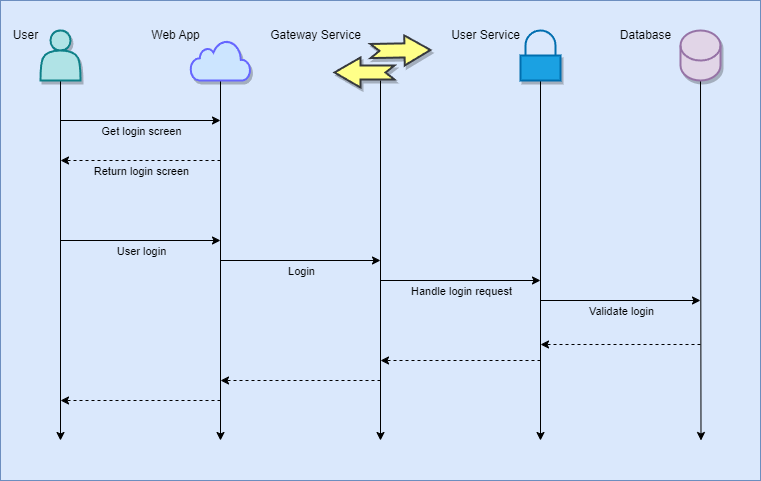
Before: docs/images/06_login.drawio.png, a diagram exported from draw.io (Arquisoft/wiq_es05b). Source tidied: cells renumbered, new cells last; positions are measured from the earlier drawing's top-left corner, leaving out a move shared by most shapes.
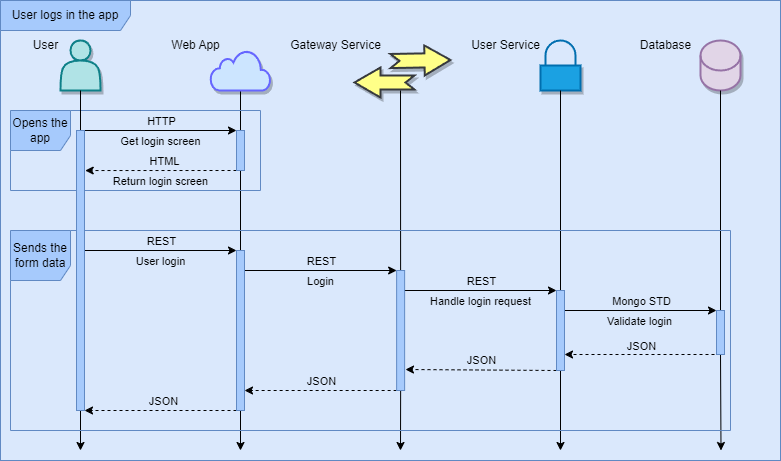
After the commit.

Diff of the diagram source:
```diff
@@ -3,12 +3,11 @@
     <mxCell id="0" />
     <mxCell id="1" value="Background" parent="0" />
     <mxCell id="2" style="rounded=0;whiteSpace=wrap;html=1;fillColor=#dae8fc;strokeColor=#6c8ebf;" parent="1" vertex="1">
-      <mxGeometry width="760" height="480" as="geometry" />
+      <mxGeometry x="-20" y="-10" width="780" height="460" as="geometry" />
     </mxCell>
-    <mxCell id="3" style="edgeStyle=none;orthogonalLoop=1;jettySize=auto;html=1;" parent="1" edge="1">
+    <mxCell id="3" style="edgeStyle=none;jettySize=auto;html=1;entryX=0;entryY=0;entryDx=0;entryDy=0;" parent="1" edge="1" target="51">
       <mxGeometry relative="1" as="geometry">
         <mxPoint x="220" y="260" as="sourcePoint" />
-        <mxPoint x="380" y="260" as="targetPoint" />
       </mxGeometry>
     </mxCell>
     <mxCell id="4" value="Login" style="edgeLabel;html=1;align=center;verticalAlign=middle;labelBackgroundColor=none;" parent="3" vertex="1">
@@ -16,29 +15,35 @@
         <mxPoint x="31" y="10" as="offset" />
       </mxGeometry>
     </mxCell>
+    <mxCell id="37" value="REST" style="edgeLabel;html=1;align=center;verticalAlign=middle;labelBackgroundColor=none;" parent="3" vertex="1">
+      <mxGeometry x="-0.07" relative="1" as="geometry">
+        <mxPoint x="7" y="-10" as="offset" />
+      </mxGeometry>
+    </mxCell>
     <mxCell id="5" value="Diagram" parent="0" />
+    <mxCell id="38" value="User logs in the app" style="shape=umlFrame;whiteSpace=wrap;html=1;labelBackgroundColor=none;strokeColor=#6089c3;fillColor=#a6cafc;width=130;height=30;" parent="5" vertex="1">
+      <mxGeometry x="-20" y="-10" width="780" height="460" as="geometry" />
+    </mxCell>
+    <mxCell id="8" style="edgeStyle=none;html=1;exitX=0.5;exitY=1;exitDx=0;exitDy=0;" parent="5" edge="1">
+      <mxGeometry relative="1" as="geometry">
+        <mxPoint x="220" y="80" as="sourcePoint" />
+        <mxPoint x="220" y="440" as="targetPoint" />
+      </mxGeometry>
+    </mxCell>
-    <mxCell id="6" style="edgeStyle=none;html=1;startArrow=none;" parent="5" edge="1">
+    <mxCell id="6" style="edgeStyle=none;html=1;startArrow=none;" parent="5" edge="1" source="59">
       <mxGeometry relative="1" as="geometry">
-        <mxPoint x="60" y="80" as="sourcePoint" />
         <mxPoint x="60" y="440" as="targetPoint" />
       </mxGeometry>
     </mxCell>
     <mxCell id="7" style="shape=actor;whiteSpace=wrap;html=1;shadow=1;strokeWidth=2;fillColor=#b0e3e6;strokeColor=#0e8088;" parent="5" vertex="1">
       <mxGeometry x="40" y="30" width="40" height="50" as="geometry" />
     </mxCell>
-    <mxCell id="8" style="edgeStyle=none;html=1;exitX=0.5;exitY=1;exitDx=0;exitDy=0;" parent="5" edge="1">
-      <mxGeometry relative="1" as="geometry">
-        <mxPoint x="220" y="80" as="sourcePoint" />
-        <mxPoint x="220" y="440" as="targetPoint" />
-      </mxGeometry>
-    </mxCell>
-    <mxCell id="9" style="edgeStyle=none;html=1;exitX=0.5;exitY=1;exitDx=0;exitDy=0;" parent="5" edge="1">
+    <mxCell id="9" style="edgeStyle=none;html=1;exitX=0.5;exitY=1;exitDx=0;exitDy=0;startArrow=none;" parent="5" edge="1" source="51">
       <mxGeometry relative="1" as="geometry">
-        <mxPoint x="380" y="80" as="sourcePoint" />
         <mxPoint x="380" y="440" as="targetPoint" />
       </mxGeometry>
     </mxCell>
-    <mxCell id="10" style="edgeStyle=none;html=1;exitX=0.5;exitY=1;exitDx=0;exitDy=0;exitPerimeter=0;" parent="5" edge="1" source="11">
+    <mxCell id="10" style="edgeStyle=none;html=1;exitX=0.5;exitY=1;exitDx=0;exitDy=0;exitPerimeter=0;startArrow=none;" parent="5" edge="1" source="55">
       <mxGeometry relative="1" as="geometry">
         <mxPoint x="700.5" y="440" as="targetPoint" />
       </mxGeometry>
@@ -46,10 +51,9 @@
     <mxCell id="11" value="&lt;br&gt;" style="shape=cylinder3;whiteSpace=wrap;html=1;boundedLbl=1;backgroundOutline=1;size=15;shadow=1;sketch=0;fillStyle=auto;fillColor=#e1d5e7;strokeWidth=2;strokeColor=#9673a6;" parent="5" vertex="1">
       <mxGeometry x="680" y="30" width="40" height="50" as="geometry" />
     </mxCell>
-    <mxCell id="12" style="endArrow=classic;html=1;" parent="5" edge="1">
+    <mxCell id="12" style="endArrow=classic;html=1;entryX=0;entryY=0;entryDx=0;entryDy=0;" parent="5" edge="1" target="48">
       <mxGeometry relative="1" as="geometry">
         <mxPoint x="60" y="120" as="sourcePoint" />
-        <mxPoint x="220" y="120" as="targetPoint" />
       </mxGeometry>
     </mxCell>
     <mxCell id="13" value="Get login screen" style="edgeLabel;html=1;align=center;verticalAlign=middle;labelBackgroundColor=none;" parent="12" vertex="1">
@@ -57,21 +61,27 @@
         <mxPoint x="32" y="12" as="offset" />
       </mxGeometry>
     </mxCell>
+    <mxCell id="39" value="HTTP" style="edgeLabel;html=1;align=center;verticalAlign=middle;labelBackgroundColor=none;" parent="12" vertex="1">
+      <mxGeometry x="-0.16" relative="1" as="geometry">
+        <mxPoint x="14" y="-10" as="offset" />
+      </mxGeometry>
+    </mxCell>
-    <mxCell id="14" style="endArrow=classic;html=1;dashed=1;" parent="5" edge="1">
-      <mxGeometry relative="1" as="geometry">
-        <mxPoint x="220" y="160" as="sourcePoint" />
-        <mxPoint x="60" y="160" as="targetPoint" />
-      </mxGeometry>
+    <mxCell id="14" style="endArrow=classic;html=1;dashed=1;exitX=0;exitY=1;exitDx=0;exitDy=0;entryX=1.089;entryY=0.143;entryDx=0;entryDy=0;entryPerimeter=0;" parent="5" edge="1" source="48" target="59">
+      <mxGeometry relative="1" as="geometry" />
     </mxCell>
     <mxCell id="15" value="Return login screen" style="edgeLabel;html=1;align=center;verticalAlign=middle;labelBackgroundColor=none;" parent="14" vertex="1">
       <mxGeometry x="-0.17" y="-3" relative="1" as="geometry">
         <mxPoint x="-14" y="13" as="offset" />
       </mxGeometry>
     </mxCell>
+    <mxCell id="40" value="HTML" style="edgeLabel;html=1;align=center;verticalAlign=middle;labelBackgroundColor=none;" parent="14" vertex="1">
+      <mxGeometry x="0.09" relative="1" as="geometry">
+        <mxPoint x="9" y="-10" as="offset" />
+      </mxGeometry>
+    </mxCell>
-    <mxCell id="16" style="edgeStyle=none;orthogonalLoop=1;jettySize=auto;html=1;" parent="5" edge="1">
+    <mxCell id="16" style="edgeStyle=none;jettySize=auto;html=1;entryX=0;entryY=0;entryDx=0;entryDy=0;" parent="5" edge="1" target="49">
       <mxGeometry relative="1" as="geometry">
         <mxPoint x="60" y="240" as="sourcePoint" />
-        <mxPoint x="220" y="240" as="targetPoint" />
       </mxGeometry>
     </mxCell>
     <mxCell id="17" value="User login" style="edgeLabel;html=1;align=center;verticalAlign=middle;labelBackgroundColor=none;" parent="16" vertex="1">
@@ -79,10 +89,14 @@
         <mxPoint x="31" y="10" as="offset" />
       </mxGeometry>
     </mxCell>
+    <mxCell id="41" value="REST" style="edgeLabel;html=1;align=center;verticalAlign=middle;labelBackgroundColor=none;" parent="16" vertex="1">
+      <mxGeometry x="-0.08" y="2" relative="1" as="geometry">
+        <mxPoint x="8" y="-8" as="offset" />
+      </mxGeometry>
+    </mxCell>
-    <mxCell id="18" style="endArrow=classic;html=1;" parent="5" edge="1">
+    <mxCell id="18" style="endArrow=classic;html=1;entryX=0;entryY=0;entryDx=0;entryDy=0;" parent="5" edge="1" target="53">
       <mxGeometry relative="1" as="geometry">
         <mxPoint x="380" y="280" as="sourcePoint" />
-        <mxPoint x="540" y="280" as="targetPoint" />
       </mxGeometry>
     </mxCell>
     <mxCell id="19" value="Handle login request" style="edgeLabel;html=1;align=center;verticalAlign=middle;labelBackgroundColor=none;" parent="18" vertex="1">
@@ -90,16 +104,19 @@
         <mxPoint x="32" y="13" as="offset" />
       </mxGeometry>
     </mxCell>
+    <mxCell id="42" value="REST" style="edgeLabel;html=1;align=center;verticalAlign=middle;labelBackgroundColor=none;" parent="18" vertex="1">
+      <mxGeometry x="-0.08" y="1" relative="1" as="geometry">
+        <mxPoint x="8" y="-9" as="offset" />
+      </mxGeometry>
+    </mxCell>
-    <mxCell id="20" style="endArrow=classic;html=1;" parent="5" edge="1">
+    <mxCell id="20" style="endArrow=classic;html=1;startArrow=none;" parent="5" edge="1" source="53">
       <mxGeometry relative="1" as="geometry">
-        <mxPoint x="540" y="80" as="sourcePoint" />
         <mxPoint x="540" y="440" as="targetPoint" />
       </mxGeometry>
     </mxCell>
-    <mxCell id="21" style="endArrow=classic;html=1;" parent="5" edge="1">
+    <mxCell id="21" style="endArrow=classic;html=1;entryX=0;entryY=0;entryDx=0;entryDy=0;" parent="5" edge="1" target="55">
       <mxGeometry relative="1" as="geometry">
         <mxPoint x="540" y="300" as="sourcePoint" />
-        <mxPoint x="700" y="300" as="targetPoint" />
       </mxGeometry>
     </mxCell>
     <mxCell id="22" value="Validate login" style="edgeLabel;html=1;align=center;verticalAlign=middle;labelBackgroundColor=none;" parent="21" vertex="1">
@@ -107,30 +124,50 @@
         <mxPoint x="-12" y="12" as="offset" />
       </mxGeometry>
     </mxCell>
+    <mxCell id="43" value="&lt;span dir=&quot;ltr&quot; class=&quot;ui-provider byo byp nr byq byr bys byt byu byv byw byx byy byz bza bzb bzc bzd bze bzf bzg bzh bzi bzj bzk bzl bzm bzn bzo bzp bzq bzr bzs bzt bzu bzv&quot;&gt;Mongo STD&lt;/span&gt;" style="edgeLabel;html=1;align=center;verticalAlign=middle;labelBackgroundColor=none;" parent="21" vertex="1">
+      <mxGeometry x="-0.06" y="-1" relative="1" as="geometry">
+        <mxPoint x="6" y="-11" as="offset" />
+      </mxGeometry>
+    </mxCell>
     <mxCell id="23" style="endArrow=classic;html=1;dashed=1;" parent="5" edge="1">
       <mxGeometry relative="1" as="geometry">
         <mxPoint x="700" y="344" as="sourcePoint" />
-        <mxPoint x="540" y="344" as="targetPoint" />
+        <mxPoint x="544" y="344" as="targetPoint" />
       </mxGeometry>
     </mxCell>
+    <mxCell id="44" value="JSON" style="edgeLabel;html=1;align=center;verticalAlign=middle;labelBackgroundColor=none;" parent="23" vertex="1">
+      <mxGeometry x="-0.08" relative="1" as="geometry">
+        <mxPoint x="-8" y="-9" as="offset" />
+      </mxGeometry>
+    </mxCell>
-    <mxCell id="24" style="endArrow=classic;html=1;dashed=1;" parent="5" edge="1">
+    <mxCell id="24" style="endArrow=classic;html=1;dashed=1;exitX=0;exitY=1;exitDx=0;exitDy=0;" parent="5" edge="1" source="53">
       <mxGeometry relative="1" as="geometry">
-        <mxPoint x="540" y="360" as="sourcePoint" />
-        <mxPoint x="380" y="360" as="targetPoint" />
+        <mxPoint x="385" y="359" as="targetPoint" />
       </mxGeometry>
     </mxCell>
+    <mxCell id="45" value="JSON" style="edgeLabel;html=1;align=center;verticalAlign=middle;labelBackgroundColor=none;" parent="24" vertex="1">
+      <mxGeometry x="-0.09" y="-1" relative="1" as="geometry">
+        <mxPoint x="-7" y="-9" as="offset" />
+      </mxGeometry>
+    </mxCell>
-    <mxCell id="25" style="endArrow=classic;html=1;dashed=1;" parent="5" edge="1">
+    <mxCell id="25" style="endArrow=classic;html=1;dashed=1;exitX=0;exitY=1;exitDx=0;exitDy=0;" parent="5" edge="1" source="51">
       <mxGeometry relative="1" as="geometry">
-        <mxPoint x="380" y="380" as="sourcePoint" />
-        <mxPoint x="220" y="380" as="targetPoint" />
+        <mxPoint x="224" y="380" as="targetPoint" />
       </mxGeometry>
     </mxCell>
+    <mxCell id="46" value="JSON" style="edgeLabel;html=1;align=center;verticalAlign=middle;labelBackgroundColor=none;" parent="25" vertex="1">
+      <mxGeometry x="-0.16" y="-2" relative="1" as="geometry">
+        <mxPoint x="-12" y="-8" as="offset" />
+      </mxGeometry>
+    </mxCell>
-    <mxCell id="26" style="endArrow=classic;html=1;dashed=1;" parent="5" edge="1">
-      <mxGeometry relative="1" as="geometry">
-        <mxPoint x="220" y="400" as="sourcePoint" />
-        <mxPoint x="60" y="400" as="targetPoint" />
-      </mxGeometry>
+    <mxCell id="26" style="endArrow=classic;html=1;dashed=1;exitX=0;exitY=1;exitDx=0;exitDy=0;entryX=1;entryY=1;entryDx=0;entryDy=0;" parent="5" edge="1" source="49" target="59">
+      <mxGeometry relative="1" as="geometry" />
     </mxCell>
+    <mxCell id="47" value="JSON" style="edgeLabel;html=1;align=center;verticalAlign=middle;labelBackgroundColor=none;" parent="26" vertex="1">
+      <mxGeometry x="0.05" y="-2" relative="1" as="geometry">
+        <mxPoint x="6" y="-8" as="offset" />
+      </mxGeometry>
+    </mxCell>
     <mxCell id="27" style="html=1;verticalLabelPosition=bottom;align=center;labelBackgroundColor=#ffffff;verticalAlign=top;strokeWidth=2;strokeColor=#6666FF;shadow=1;dashed=0;shape=mxgraph.ios7.icons.cloud;fillColor=#cce5ff;" parent="5" vertex="1">
       <mxGeometry x="190" y="40" width="60" height="40" as="geometry" />
     </mxCell>
@@ -161,5 +198,47 @@
     <mxCell id="36" style="html=1;shadow=1;dashed=0;align=center;verticalAlign=middle;shape=mxgraph.arrows2.arrow;dy=0.53;dx=26;flipH=1;notch=9;labelBackgroundColor=none;strokeWidth=2;rotation=-181;fillColor=#ffff88;strokeColor=#36393d;" parent="34" vertex="1">
       <mxGeometry x="36" y="-2.5" width="60" height="30" as="geometry" />
     </mxCell>
+    <mxCell id="48" style="rounded=0;whiteSpace=wrap;html=1;fillColor=#a6cafc;strokeColor=#6089c3;" parent="5" vertex="1">
+      <mxGeometry x="216" y="120" width="8" height="40" as="geometry" />
+    </mxCell>
+    <mxCell id="49" style="rounded=0;whiteSpace=wrap;html=1;fillColor=#a6cafc;strokeColor=#6089c3;" parent="5" vertex="1">
+      <mxGeometry x="216" y="240" width="8" height="160" as="geometry" />
+    </mxCell>
+    <mxCell id="50" style="edgeStyle=none;html=1;exitX=0.5;exitY=1;exitDx=0;exitDy=0;endArrow=none;" parent="5" edge="1" target="51">
+      <mxGeometry relative="1" as="geometry">
+        <mxPoint x="380" y="80" as="sourcePoint" />
+      </mxGeometry>
+    </mxCell>
+    <mxCell id="51" style="rounded=0;whiteSpace=wrap;html=1;fillColor=#a6cafc;strokeColor=#6089c3;" parent="5" vertex="1">
+      <mxGeometry x="376.1" y="260" width="8" height="120" as="geometry" />
+    </mxCell>
+    <mxCell id="52" style="endArrow=none;html=1;" parent="5" edge="1" target="53">
+      <mxGeometry relative="1" as="geometry">
+        <mxPoint x="540" y="80" as="sourcePoint" />
+      </mxGeometry>
+    </mxCell>
+    <mxCell id="53" style="rounded=0;whiteSpace=wrap;html=1;fillColor=#a6cafc;strokeColor=#6089c3;" parent="5" vertex="1">
+      <mxGeometry x="536" y="280" width="8" height="80" as="geometry" />
+    </mxCell>
+    <mxCell id="54" style="edgeStyle=none;html=1;exitX=0.5;exitY=1;exitDx=0;exitDy=0;exitPerimeter=0;endArrow=none;" parent="5" edge="1" source="11" target="55">
+      <mxGeometry relative="1" as="geometry" />
+    </mxCell>
+    <mxCell id="55" style="rounded=0;whiteSpace=wrap;html=1;fillColor=#a6cafc;strokeColor=#6089c3;" parent="5" vertex="1">
+      <mxGeometry x="696" y="300" width="8" height="44" as="geometry" />
+    </mxCell>
+    <mxCell id="56" value="Opens the app" style="shape=umlFrame;whiteSpace=wrap;html=1;labelBackgroundColor=none;strokeColor=#6089c3;fillColor=#a6cafc;width=60;height=40;" parent="5" vertex="1">
+      <mxGeometry x="-10" y="100" width="250" height="80" as="geometry" />
+    </mxCell>
+    <mxCell id="57" value="Sends the form data" style="shape=umlFrame;whiteSpace=wrap;html=1;labelBackgroundColor=none;strokeColor=#6089c3;fillColor=#a6cafc;width=60;height=50;" parent="5" vertex="1">
+      <mxGeometry x="-10" y="220" width="720" height="200" as="geometry" />
+    </mxCell>
+    <mxCell id="58" style="edgeStyle=none;html=1;startArrow=none;endArrow=none;" parent="5" edge="1" target="59">
+      <mxGeometry relative="1" as="geometry">
+        <mxPoint x="60" y="80" as="sourcePoint" />
+      </mxGeometry>
+    </mxCell>
+    <mxCell id="59" style="rounded=0;whiteSpace=wrap;html=1;fillColor=#a6cafc;strokeColor=#6089c3;" parent="5" vertex="1">
+      <mxGeometry x="56" y="120" width="8" height="280" as="geometry" />
+    </mxCell>
   </root>
 </mxGraphModel>
```
